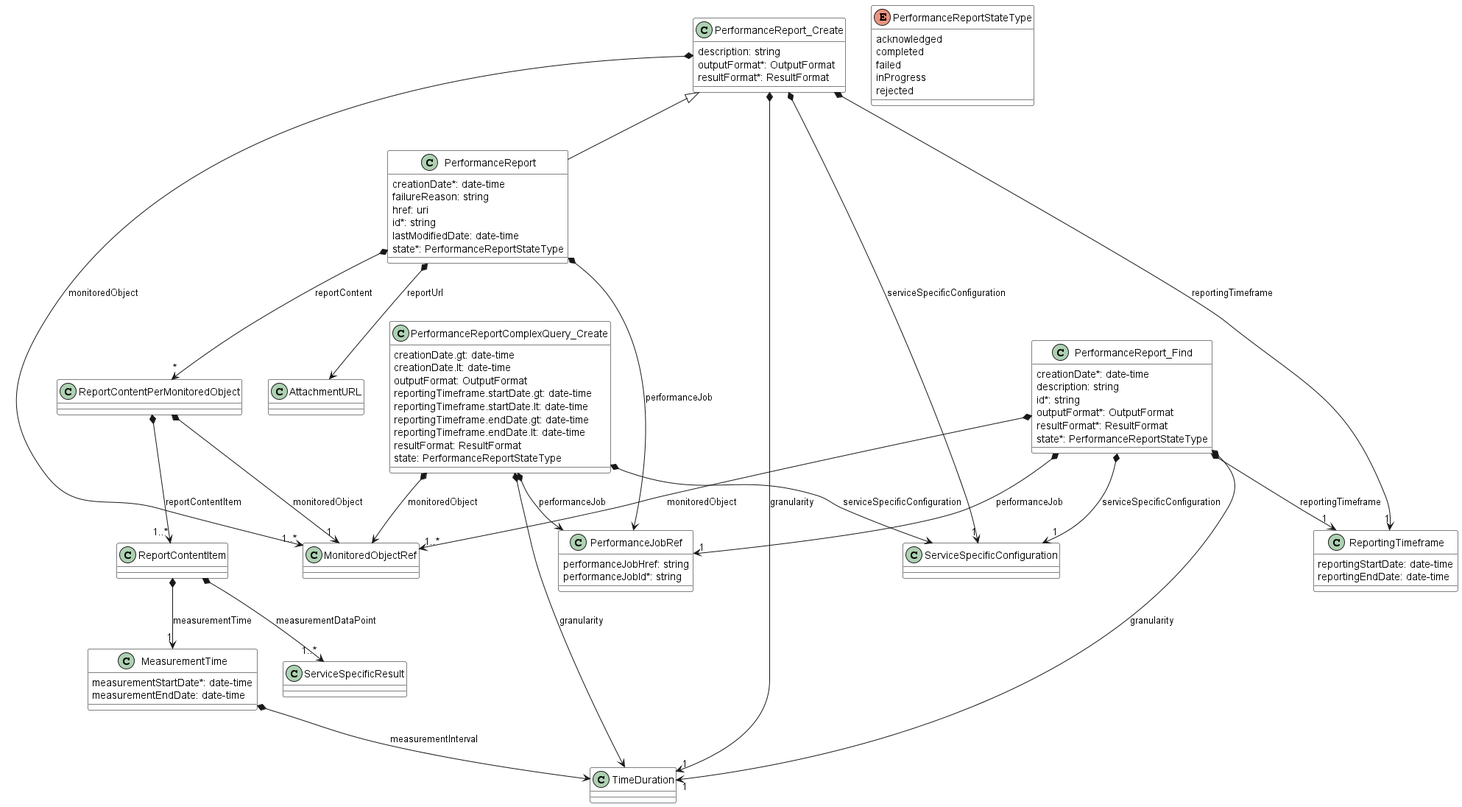
Above: documentation/serviceApi/pm/performance/media/performanceMonitoringDataModelPart4.png in MEF-GIT/MEF-LSO-Legato-SDK (PlantUML), before the change.
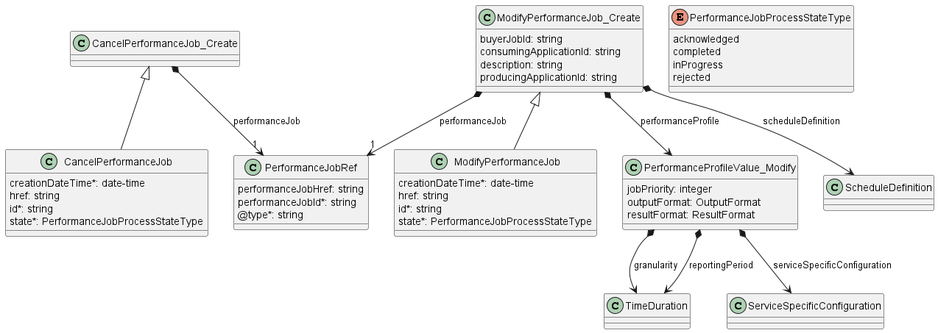
The same diagram one commit later.

What changed in the source:
```diff
@@ -1,116 +1,59 @@
 @startuml performanceMonitoringDataModelPart4
-skinparam {
-    ClassBackgroundColor White
-    ClassBorderColor Black
+
+class CancelPerformanceJob {
+    creationDateTime*: date-time
+    href: string
+    id*: string
+    state*: PerformanceJobProcessStateType
+}
+CancelPerformanceJob_Create <|-- CancelPerformanceJob
+
+class CancelPerformanceJob_Create {
+
 }
 
-class PerformanceReport {
+CancelPerformanceJob_Create *-->"1" PerformanceJobRef : performanceJob
 
-    creationDate*: date-time
-    failureReason: string
-    href: uri
+class ModifyPerformanceJob {
+    creationDateTime*: date-time
+    href: string
     id*: string
-    lastModifiedDate: date-time
-    state*: PerformanceReportStateType
+    state*: PerformanceJobProcessStateType
 }
-PerformanceReport_Create <|-- PerformanceReport
+ModifyPerformanceJob_Create <|-- ModifyPerformanceJob
 
-PerformanceReport *--> PerformanceJobRef : performanceJob
-PerformanceReport *-->"*" ReportContentPerMonitoredObject : reportContent
-PerformanceReport *--> AttachmentURL : reportUrl
+class ModifyPerformanceJob_Create {
+    buyerJobId: string
+    consumingApplicationId: string
+    description: string
+    producingApplicationId: string
+}
+
+ModifyPerformanceJob_Create *-->"1" PerformanceJobRef : performanceJob
+ModifyPerformanceJob_Create *--> PerformanceProfileValue_Modify : performanceProfile
+ModifyPerformanceJob_Create *--> ScheduleDefinition : scheduleDefinition
+
+class PerformanceProfileValue_Modify {
+    jobPriority: integer
+    outputFormat: OutputFormat
+    resultFormat: ResultFormat
+}
+
+PerformanceProfileValue_Modify *--> TimeDuration : granularity
+PerformanceProfileValue_Modify *--> TimeDuration : reportingPeriod
+PerformanceProfileValue_Modify *--> ServiceSpecificConfiguration : serviceSpecificConfiguration
 
 class PerformanceJobRef {
-
     performanceJobHref: string
     performanceJobId*: string
+    @type*: string
 }
 
-class PerformanceReportComplexQuery_Create {
-
-    creationDate.gt: date-time
-    creationDate.lt: date-time
-    outputFormat: OutputFormat
-    reportingTimeframe.startDate.gt: date-time
-    reportingTimeframe.startDate.lt: date-time
-    reportingTimeframe.endDate.gt: date-time
-    reportingTimeframe.endDate.lt: date-time
-    resultFormat: ResultFormat
-    state: PerformanceReportStateType
-}
-
-PerformanceReportComplexQuery_Create *--> TimeDuration : granularity
-PerformanceReportComplexQuery_Create *--> MonitoredObjectRef : monitoredObject
-PerformanceReportComplexQuery_Create *--> PerformanceJobRef : performanceJob
-PerformanceReportComplexQuery_Create *--> ServiceSpecificConfiguration : serviceSpecificConfiguration
-
-
-enum PerformanceReportStateType {
-
+enum PerformanceJobProcessStateType {
     acknowledged
     completed
-    failed
     inProgress
     rejected
 }
-class PerformanceReport_Create {
-
-    description: string
-    outputFormat*: OutputFormat
-    resultFormat*: ResultFormat
-}
-
-PerformanceReport_Create *-->"1" TimeDuration : granularity
-PerformanceReport_Create *-->"1..*" MonitoredObjectRef : monitoredObject
-PerformanceReport_Create *-->"1" ReportingTimeframe : reportingTimeframe
-PerformanceReport_Create *-->"1" ServiceSpecificConfiguration : serviceSpecificConfiguration
-
-
-class PerformanceReport_Find {
-
-    creationDate*: date-time
-    description: string
-    id*: string
-    outputFormat*: OutputFormat
-    resultFormat*: ResultFormat
-    state*: PerformanceReportStateType
-}
-
-PerformanceReport_Find *-->"1" TimeDuration : granularity
-PerformanceReport_Find *-->"1..*" MonitoredObjectRef : monitoredObject
-PerformanceReport_Find *-->"1" PerformanceJobRef : performanceJob
-PerformanceReport_Find *-->"1" ReportingTimeframe : reportingTimeframe
-PerformanceReport_Find *-->"1" ServiceSpecificConfiguration : serviceSpecificConfiguration
-
-class ReportContentItem {
-
-}
-
-ReportContentItem *-->"1" MeasurementTime : measurementTime
-ReportContentItem *-->"1..*" ServiceSpecificResult : measurementDataPoint
-
-
-class ReportContentPerMonitoredObject {
-
-}
-
-ReportContentPerMonitoredObject *-->"1" MonitoredObjectRef : monitoredObject
-ReportContentPerMonitoredObject *-->"1..*" ReportContentItem : reportContentItem
-
-
-class ReportingTimeframe {
-
-    reportingStartDate: date-time
-    reportingEndDate: date-time
-}
-
-
-class MeasurementTime {
-
-    measurementStartDate*: date-time
-    measurementEndDate: date-time
-}
-
-MeasurementTime *--> TimeDuration : measurementInterval
-
 
 @enduml
```
